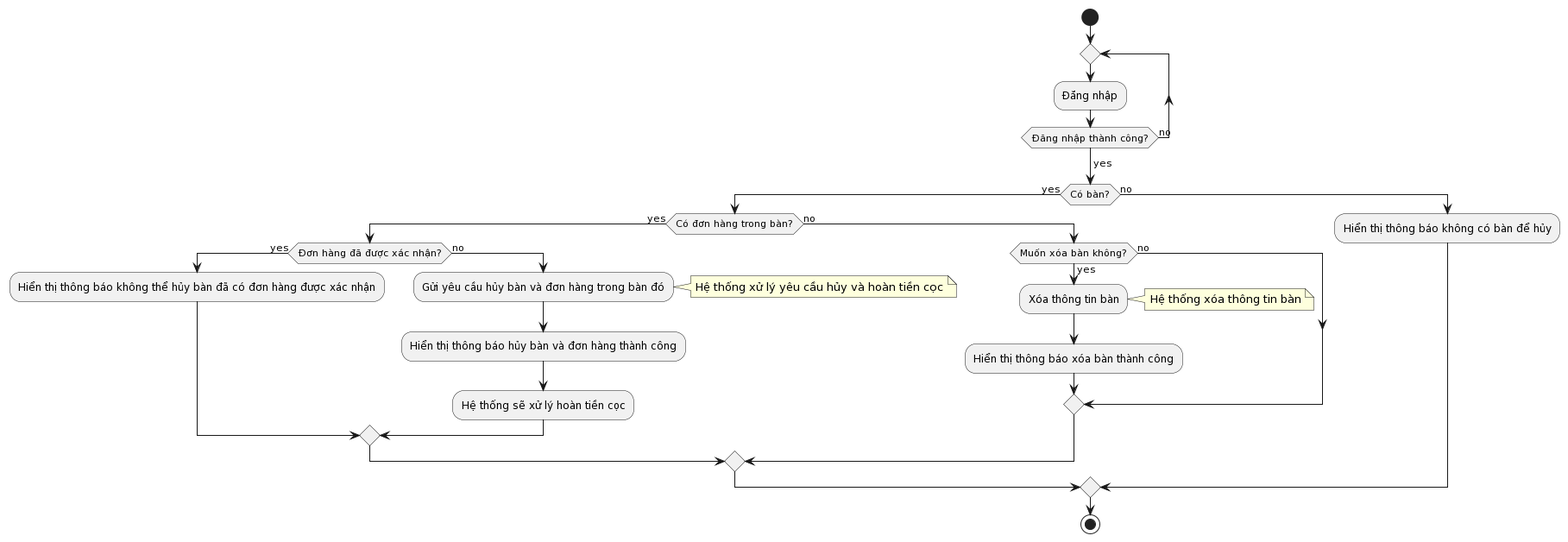
This is Lab1.2/Khách hàng/Activity/Activity Hủy đặt bàn.png from TuanKhang123/SE357-Pratice-class, a PlantUML export, as it was before one commit.
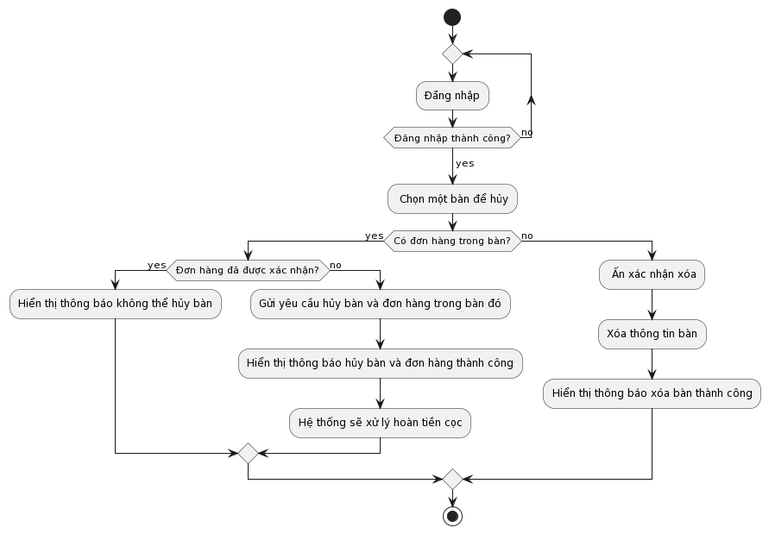
After the change.

Change to the diagram source:
```diff
@@ -5,27 +5,20 @@
     :Đăng nhập;
   repeat while (Đăng nhập thành công?) is (no)
     ->yes;
-  if (Có bàn?) then (yes)
+    : Chọn một bàn để hủy;
     if (Có đơn hàng trong bàn?) then (yes)
       if (Đơn hàng đã được xác nhận?) then (yes)
-        :Hiển thị thông báo không thể hủy bàn đã có đơn hàng được xác nhận;
+        :Hiển thị thông báo không thể hủy bàn;
       else (no)
         :Gửi yêu cầu hủy bàn và đơn hàng trong bàn đó;
-        note right: Hệ thống xử lý yêu cầu hủy và hoàn tiền cọc
         :Hiển thị thông báo hủy bàn và đơn hàng thành công;
         :Hệ thống sẽ xử lý hoàn tiền cọc;
       endif
     else (no)
-      if (Muốn xóa bàn không?) then (yes)
+        : Ấn xác nhận xóa;
         :Xóa thông tin bàn;
-        note right: Hệ thống xóa thông tin bàn
         :Hiển thị thông báo xóa bàn thành công;
-      else (no)
-      endif
     endif
-  else (no)
-    :Hiển thị thông báo không có bàn để hủy;
-  endif
 
 stop
 @enduml
```
